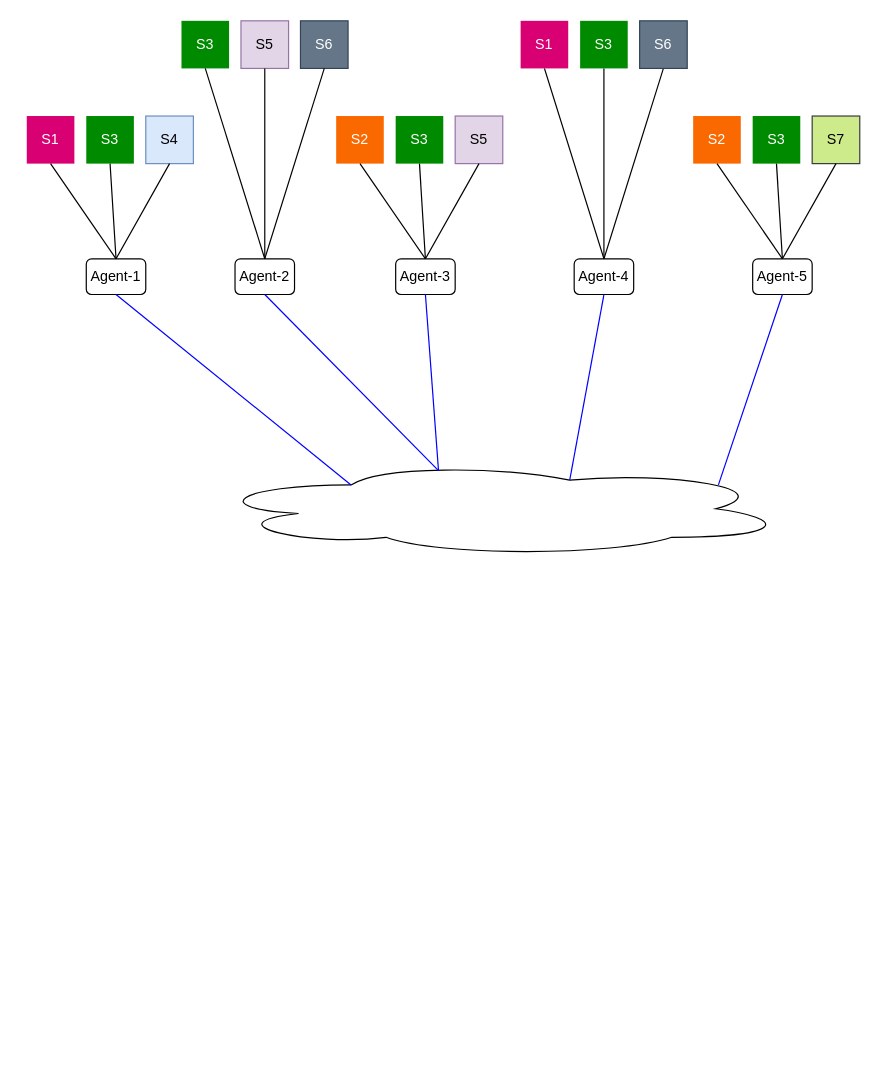
Earlier version of the draw.io diagram p2p-throttling-example.drawio (sugchand/drawio). Source tidied: cells renumbered, new cells numbered last; positions are measured from the earlier drawing's top-left corner, leaving out a move shared by most shapes. Both pictures are drawn from the tidied source at 119%, with x=0, y=0 at pixel (26, 20).
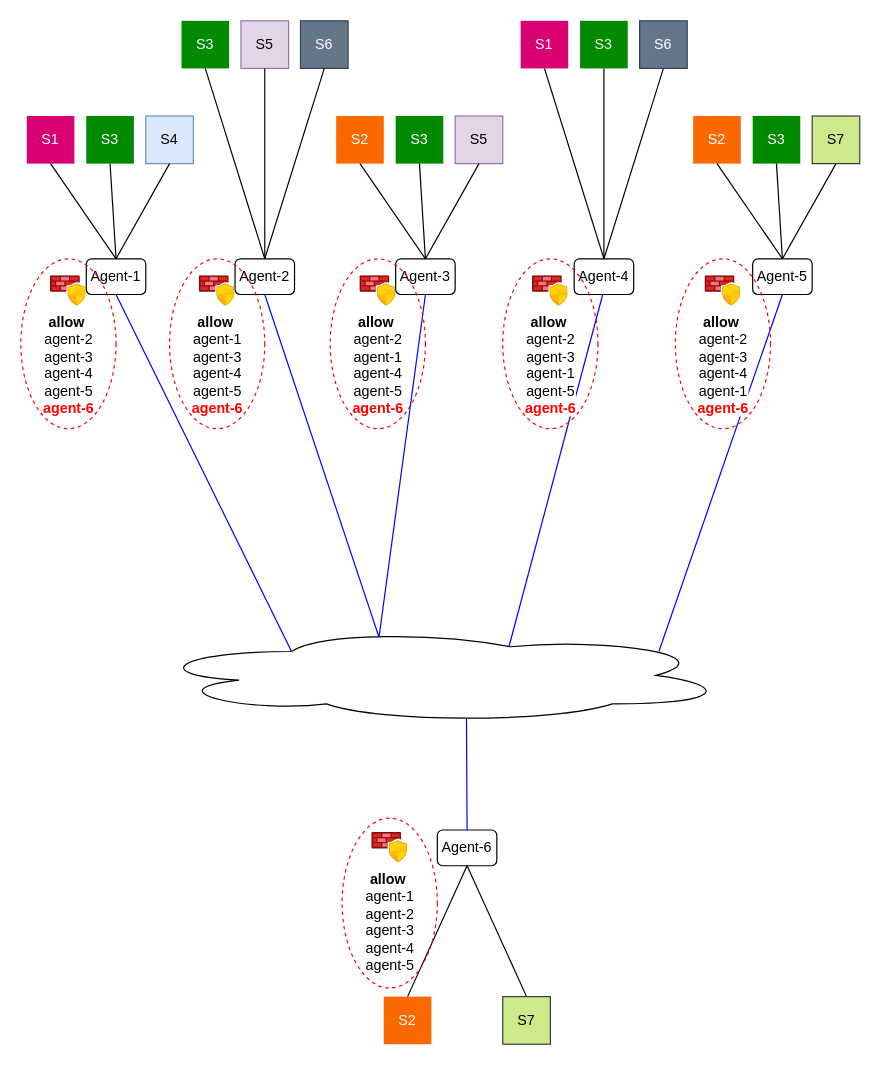
The same page after the edit.

The change refers to these unchanged cells:
```xml
<mxCell id="24" value="Agent-4" style="rounded=1;whiteSpace=wrap;html=1;" parent="1" vertex="1">
  <mxGeometry x="460" y="200" width="50" height="30" as="geometry" />
</mxCell>
```

What changed in the source:
```diff
@@
     <mxCell id="37" style="ellipse;shape=cloud;whiteSpace=wrap;html=1;" parent="1" vertex="1">
-      <mxGeometry x="150" y="370" width="490" height="80" as="geometry" />
+      <mxGeometry x="100" y="510" width="490" height="80" as="geometry" />
     </mxCell>
@@
-    <mxCell id="41" style="endArrow=none;html=1;strokeColor=#0000FF;entryX=0.5;entryY=1;entryDx=0;entryDy=0;exitX=0.625;exitY=0.2;exitDx=0;exitDy=0;exitPerimeter=0;" parent="1" edge="1" source="37" target="24">
-      <mxGeometry relative="1" as="geometry" />
+    <mxCell id="41" style="endArrow=none;html=1;strokeColor=#0000FF;entryX=0.5;entryY=1;entryDx=0;entryDy=0;exitX=0.625;exitY=0.2;exitDx=0;exitDy=0;exitPerimeter=0;" parent="1" edge="1">
+      <mxGeometry relative="1" as="geometry">
+        <mxPoint x="405.2" y="526" as="sourcePoint" />
+        <mxPoint x="484" y="230" as="targetPoint" />
+      </mxGeometry>
     </mxCell>
@@
+    <mxCell id="43" value="&lt;b&gt;allow&amp;nbsp;&lt;/b&gt;&lt;br&gt;agent-2&lt;br&gt;agent-3&lt;br&gt;agent-4&lt;br&gt;agent-5&lt;br&gt;&lt;b&gt;&lt;font color=&quot;#ff0000&quot;&gt;agent-6&lt;/font&gt;&lt;/b&gt;" style="html=1;align=center;image;fontSize=12;image=img/lib/azure2/networking/Azure_Firewall_Manager.svg;" parent="1" vertex="1">
+      <mxGeometry x="20" y="214.3" width="30" height="25.7" as="geometry" />
+    </mxCell>
+    <mxCell id="44" value="&lt;b&gt;allow&amp;nbsp;&lt;/b&gt;&lt;br&gt;agent-1&lt;br&gt;agent-3&lt;br&gt;agent-4&lt;br&gt;agent-5&lt;br&gt;&lt;b&gt;&lt;font color=&quot;#ff0000&quot;&gt;agent-6&lt;/font&gt;&lt;/b&gt;" style="html=1;align=center;image;fontSize=12;image=img/lib/azure2/networking/Azure_Firewall_Manager.svg;" parent="1" vertex="1">
+      <mxGeometry x="145" y="214.3" width="30" height="25.7" as="geometry" />
+    </mxCell>
+    <mxCell id="45" value="&lt;b&gt;allow&amp;nbsp;&lt;/b&gt;&lt;br&gt;agent-2&lt;br&gt;agent-1&lt;br&gt;agent-4&lt;br&gt;agent-5&lt;br&gt;&lt;b&gt;&lt;font color=&quot;#ff0000&quot;&gt;agent-6&lt;/font&gt;&lt;/b&gt;" style="html=1;align=center;image;fontSize=12;image=img/lib/azure2/networking/Azure_Firewall_Manager.svg;" parent="1" vertex="1">
+      <mxGeometry x="280" y="214.3" width="30" height="25.7" as="geometry" />
+    </mxCell>
+    <mxCell id="46" value="&lt;b&gt;allow&amp;nbsp;&lt;/b&gt;&lt;br&gt;agent-2&lt;br&gt;agent-3&lt;br&gt;agent-1&lt;br&gt;agent-5&lt;br&gt;&lt;b&gt;&lt;font color=&quot;#ff0000&quot;&gt;agent-6&lt;/font&gt;&lt;/b&gt;" style="html=1;align=center;image;fontSize=12;image=img/lib/azure2/networking/Azure_Firewall_Manager.svg;" parent="1" vertex="1">
+      <mxGeometry x="425" y="214.3" width="30" height="25.7" as="geometry" />
+    </mxCell>
+    <mxCell id="47" value="&lt;b&gt;allow&amp;nbsp;&lt;/b&gt;&lt;br&gt;agent-2&lt;br&gt;agent-3&lt;br&gt;agent-4&lt;br&gt;agent-1&lt;br&gt;&lt;b&gt;&lt;font color=&quot;#ff0000&quot;&gt;agent-6&lt;/font&gt;&lt;/b&gt;" style="html=1;align=center;image;fontSize=12;image=img/lib/azure2/networking/Azure_Firewall_Manager.svg;" parent="1" vertex="1">
+      <mxGeometry x="570" y="214.3" width="30" height="25.7" as="geometry" />
+    </mxCell>
+    <mxCell id="48" style="ellipse;whiteSpace=wrap;html=1;dashed=1;fontColor=#ffffff;fillColor=none;strokeColor=#FF0000;" parent="1" vertex="1">
+      <mxGeometry x="-5" y="200" width="80" height="142.8" as="geometry" />
+    </mxCell>
+    <mxCell id="49" style="ellipse;whiteSpace=wrap;html=1;dashed=1;fontColor=#ffffff;fillColor=none;strokeColor=#FF0000;" parent="1" vertex="1">
+      <mxGeometry x="255" y="200" width="80" height="142.8" as="geometry" />
+    </mxCell>
+    <mxCell id="50" style="ellipse;whiteSpace=wrap;html=1;dashed=1;fontColor=#ffffff;fillColor=none;strokeColor=#FF0000;" parent="1" vertex="1">
+      <mxGeometry x="545" y="200" width="80" height="142.8" as="geometry" />
+    </mxCell>
+    <mxCell id="51" style="ellipse;whiteSpace=wrap;html=1;dashed=1;fontColor=#ffffff;fillColor=none;strokeColor=#FF0000;" parent="1" vertex="1">
+      <mxGeometry x="400" y="200" width="80" height="142.8" as="geometry" />
+    </mxCell>
+    <mxCell id="52" style="ellipse;whiteSpace=wrap;html=1;dashed=1;fontColor=#ffffff;fillColor=none;strokeColor=#FF0000;" parent="1" vertex="1">
+      <mxGeometry x="120" y="200" width="80" height="142.8" as="geometry" />
+    </mxCell>
+    <mxCell id="53" value="S2" style="rounded=0;whiteSpace=wrap;html=1;fillColor=#fa6800;fontColor=#ffffff;strokeColor=none;" parent="1" vertex="1">
+      <mxGeometry x="300" y="820" width="40" height="40" as="geometry" />
+    </mxCell>
+    <mxCell id="54" value="S7" style="rounded=0;whiteSpace=wrap;html=1;fillColor=#cdeb8b;strokeColor=#36393d;" parent="1" vertex="1">
+      <mxGeometry x="400" y="820" width="40" height="40" as="geometry" />
+    </mxCell>
+    <mxCell id="55" value="Agent-6" style="rounded=1;whiteSpace=wrap;html=1;" parent="1" vertex="1">
+      <mxGeometry x="345" y="680" width="50" height="30" as="geometry" />
+    </mxCell>
+    <mxCell id="56" style="endArrow=none;html=1;entryX=0.5;entryY=0;entryDx=0;entryDy=0;exitX=0.5;exitY=1;exitDx=0;exitDy=0;" parent="1" edge="1" source="55" target="53">
+      <mxGeometry relative="1" as="geometry" />
+    </mxCell>
+    <mxCell id="57" style="endArrow=none;html=1;entryX=0.5;entryY=0;entryDx=0;entryDy=0;exitX=0.5;exitY=1;exitDx=0;exitDy=0;" parent="1" edge="1" source="55" target="54">
+      <mxGeometry relative="1" as="geometry" />
+    </mxCell>
+    <mxCell id="58" value="&lt;b&gt;allow&amp;nbsp;&lt;/b&gt;&lt;br&gt;agent-1&lt;br&gt;agent-2&lt;br&gt;agent-3&lt;br&gt;agent-4&lt;br&gt;agent-5" style="html=1;align=center;image;fontSize=12;image=img/lib/azure2/networking/Azure_Firewall_Manager.svg;" parent="1" vertex="1">
+      <mxGeometry x="290" y="682.1" width="30" height="25.7" as="geometry" />
+    </mxCell>
+    <mxCell id="59" style="endArrow=none;html=1;strokeColor=#0000FF;entryX=0.55;entryY=0.95;entryDx=0;entryDy=0;exitX=0.5;exitY=0;exitDx=0;exitDy=0;entryPerimeter=0;" parent="1" edge="1" source="55" target="37">
+      <mxGeometry relative="1" as="geometry" />
+    </mxCell>
+    <mxCell id="60" style="ellipse;whiteSpace=wrap;html=1;dashed=1;fontColor=#ffffff;fillColor=none;strokeColor=#FF0000;" parent="1" vertex="1">
+      <mxGeometry x="265" y="670" width="80" height="142.8" as="geometry" />
+    </mxCell>
```
